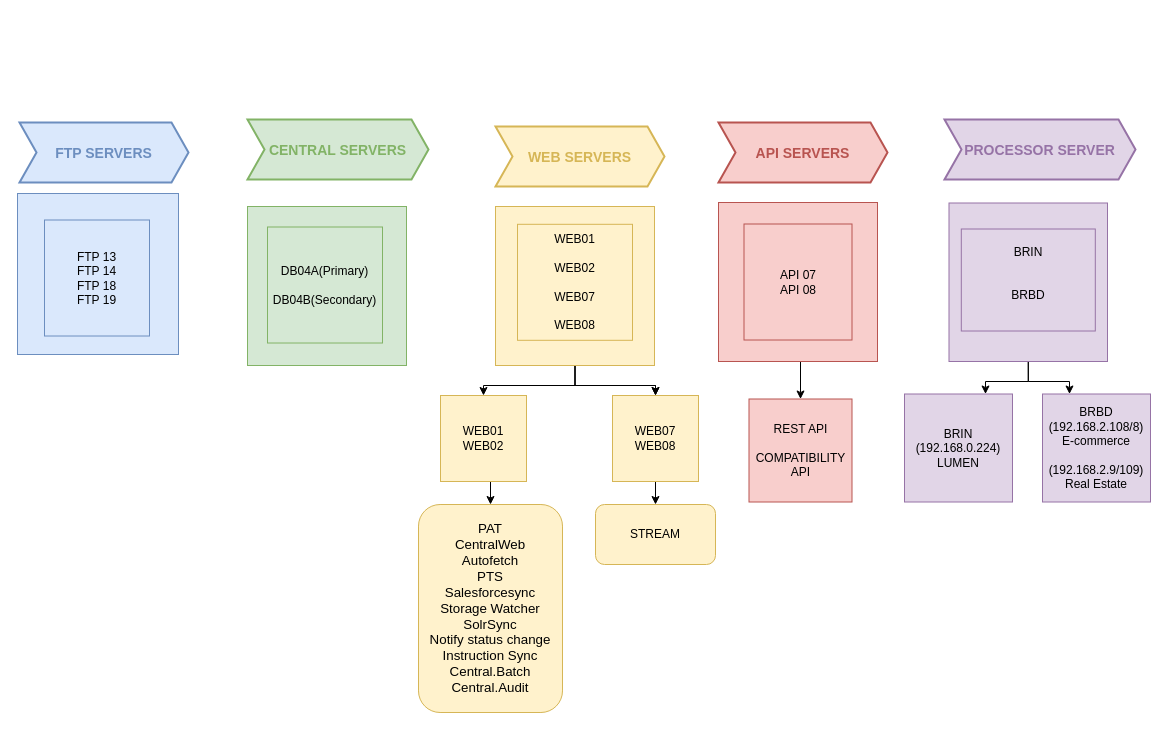
Before: Untitled Diagram.drawio in Sk1740/First-Repo, a draw.io diagram. Source tidied: cells renumbered, new cells numbered last; positions are measured from the earlier drawing's top-left corner, leaving out a move shared by most shapes. Both pictures are drawn from the tidied source at 100%, with x=0, y=0 at pixel (17, 119).
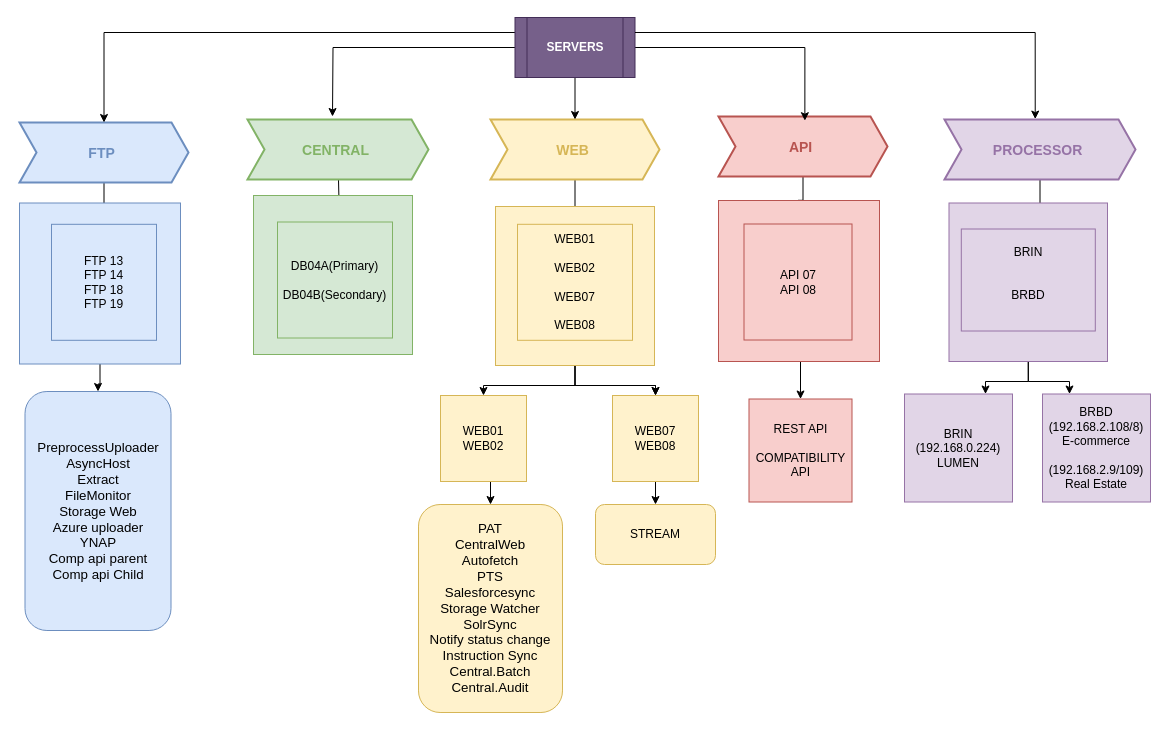
Above is the later version.

The change refers to these unchanged cells:
```xml
<mxCell id="14" value="WEB01&lt;br&gt;&lt;br&gt;WEB02&lt;br&gt;&lt;br&gt;WEB07&lt;br&gt;&lt;br&gt;WEB08" style="text;strokeColor=#d6b656;align=center;fillColor=#fff2cc;html=1;verticalAlign=middle;whiteSpace=wrap;rounded=0;" parent="1" vertex="1">
  <mxGeometry x="500" y="104.8" width="115" height="116" as="geometry" />
</mxCell>
<mxCell id="17" value="API 07&lt;br&gt;API 08" style="text;strokeColor=#b85450;align=center;fillColor=#f8cecc;html=1;verticalAlign=middle;whiteSpace=wrap;rounded=0;" parent="1" vertex="1">
  <mxGeometry x="726.5" y="104.5" width="108" height="116" as="geometry" />
</mxCell>
<mxCell id="22" value="BRIN&lt;br&gt;&lt;br&gt;&lt;br&gt;BRBD&lt;div&gt;&lt;br/&gt;&lt;/div&gt;" style="text;strokeColor=#9673a6;align=center;fillColor=#e1d5e7;html=1;verticalAlign=middle;whiteSpace=wrap;rounded=0;" parent="1" vertex="1">
  <mxGeometry x="943.8" y="109.5" width="134" height="102" as="geometry" />
</mxCell>
```

What changed in the source:
```diff
@@
+    <mxCell id="32" style="edgeStyle=orthogonalEdgeStyle;rounded=0;jettySize=auto;html=1;" parent="1" edge="1" source="2" target="7">
+      <mxGeometry relative="1" as="geometry" />
+    </mxCell>
-    <mxCell id="2" value="FTP SERVERS" style="shape=step;perimeter=stepPerimeter;strokeColor=#6C8EBF;fontFamily=Helvetica;fontSize=14;fontColor=#6C8EBF;fillColor=#dae8fc;fixedSize=1;size=17;fontStyle=1;strokeWidth=2;spacingTop=0;points=[];" parent="1" vertex="1">
+    <mxCell id="2" value="FTP " style="shape=step;perimeter=stepPerimeter;strokeColor=#6C8EBF;fontFamily=Helvetica;fontSize=14;fontColor=#6C8EBF;fillColor=#dae8fc;fixedSize=1;size=17;fontStyle=1;strokeWidth=2;spacingTop=0;points=[];" parent="1" vertex="1">
       <mxGeometry x="2" y="3" width="169" height="60" as="geometry" />
     </mxCell>
+    <mxCell id="33" style="edgeStyle=orthogonalEdgeStyle;rounded=0;jettySize=auto;html=1;" parent="1" edge="1" target="9">
+      <mxGeometry relative="1" as="geometry">
+        <mxPoint x="321" y="60" as="sourcePoint" />
+      </mxGeometry>
+    </mxCell>
-    <mxCell id="3" value="CENTRAL SERVERS" style="shape=step;perimeter=stepPerimeter;strokeColor=#82B366;fontFamily=Helvetica;fontSize=14;fontColor=#82B366;fillColor=#d5e8d4;fixedSize=1;size=17;fontStyle=1;strokeWidth=2;spacingTop=0;" parent="1" vertex="1">
+    <mxCell id="3" value="CENTRAL " style="shape=step;perimeter=stepPerimeter;strokeColor=#82B366;fontFamily=Helvetica;fontSize=14;fontColor=#82B366;fillColor=#d5e8d4;fixedSize=1;size=17;fontStyle=1;strokeWidth=2;spacingTop=0;" parent="1" vertex="1">
       <mxGeometry x="230" width="181" height="60" as="geometry" />
     </mxCell>
+    <mxCell id="34" style="edgeStyle=orthogonalEdgeStyle;rounded=0;jettySize=auto;html=1;" parent="1" edge="1" source="4" target="14">
+      <mxGeometry relative="1" as="geometry" />
+    </mxCell>
-    <mxCell id="4" value="WEB SERVERS" style="shape=step;perimeter=stepPerimeter;strokeColor=#D6B656;fontFamily=Helvetica;fontSize=14;fontColor=#D6B656;fillColor=#fff2cc;fixedSize=1;size=17;fontStyle=1;strokeWidth=2;spacingTop=0;points=[];" parent="1" vertex="1">
-      <mxGeometry x="478" y="7" width="169" height="60" as="geometry" />
+    <mxCell id="4" value="WEB " style="shape=step;perimeter=stepPerimeter;strokeColor=#D6B656;fontFamily=Helvetica;fontSize=14;fontColor=#D6B656;fillColor=#fff2cc;fixedSize=1;size=17;fontStyle=1;strokeWidth=2;spacingTop=0;points=[];" parent="1" vertex="1">
+      <mxGeometry x="473" width="169" height="60" as="geometry" />
     </mxCell>
+    <mxCell id="35" style="edgeStyle=orthogonalEdgeStyle;rounded=0;jettySize=auto;html=1;" parent="1" edge="1" source="5" target="17">
+      <mxGeometry relative="1" as="geometry" />
+    </mxCell>
-    <mxCell id="5" value="API SERVERS" style="shape=step;perimeter=stepPerimeter;strokeColor=#B85450;fontFamily=Helvetica;fontSize=14;fontColor=#B85450;fillColor=#f8cecc;fixedSize=1;size=17;fontStyle=1;strokeWidth=2;spacingTop=0;points=[];" parent="1" vertex="1">
-      <mxGeometry x="701" y="3" width="169" height="60" as="geometry" />
+    <mxCell id="5" value="API " style="shape=step;perimeter=stepPerimeter;strokeColor=#B85450;fontFamily=Helvetica;fontSize=14;fontColor=#B85450;fillColor=#f8cecc;fixedSize=1;size=17;fontStyle=1;strokeWidth=2;spacingTop=0;points=[];" parent="1" vertex="1">
+      <mxGeometry x="701" y="-3" width="169" height="60" as="geometry" />
     </mxCell>
+    <mxCell id="36" style="edgeStyle=orthogonalEdgeStyle;rounded=0;jettySize=auto;html=1;" parent="1" edge="1" source="6" target="38">
+      <mxGeometry relative="1" as="geometry" />
+    </mxCell>
     <mxCell id="6" style="whiteSpace=wrap;html=1;fillColor=#dae8fc;strokeColor=#6c8ebf;" parent="1" vertex="1">
-      <mxGeometry y="74" width="161" height="161" as="geometry" />
+      <mxGeometry x="2" y="83.5" width="161" height="161" as="geometry" />
     </mxCell>
     <mxCell id="7" value="FTP 13&lt;br&gt;FTP 14&lt;br&gt;FTP 18&lt;br&gt;FTP 19" style="text;strokeColor=#6c8ebf;align=center;fillColor=#dae8fc;html=1;verticalAlign=middle;whiteSpace=wrap;rounded=0;" parent="1" vertex="1">
-      <mxGeometry x="27" y="100.5" width="105" height="116" as="geometry" />
+      <mxGeometry x="34" y="104.8" width="105" height="116" as="geometry" />
     </mxCell>
     <mxCell id="8" style="whiteSpace=wrap;html=1;fillColor=#d5e8d4;strokeColor=#82b366;" parent="1" vertex="1">
-      <mxGeometry x="230" y="87" width="159" height="159" as="geometry" />
+      <mxGeometry x="236" y="76" width="159" height="159" as="geometry" />
     </mxCell>
     <mxCell id="9" value="DB04A(Primary)&lt;br&gt;&lt;br&gt;DB04B(Secondary)" style="text;strokeColor=#82b366;align=center;fillColor=#d5e8d4;html=1;verticalAlign=middle;whiteSpace=wrap;rounded=0;" parent="1" vertex="1">
-      <mxGeometry x="250" y="107.5" width="115" height="116" as="geometry" />
+      <mxGeometry x="260" y="102.5" width="115" height="116" as="geometry" />
     </mxCell>
@@
     <mxCell id="16" style="whiteSpace=wrap;html=1;fillColor=#f8cecc;strokeColor=#b85450;" parent="1" vertex="1">
-      <mxGeometry x="701" y="83" width="159" height="159" as="geometry" />
+      <mxGeometry x="701" y="81" width="161" height="161" as="geometry" />
     </mxCell>
@@
+    <mxCell id="37" style="edgeStyle=orthogonalEdgeStyle;rounded=0;jettySize=auto;html=1;" parent="1" edge="1" source="18" target="22">
+      <mxGeometry relative="1" as="geometry" />
+    </mxCell>
-    <mxCell id="18" value="PROCESSOR SERVER" style="shape=step;perimeter=stepPerimeter;strokeColor=#9673A6;fontFamily=Helvetica;fontSize=14;fillColor=#e1d5e7;fixedSize=1;size=17;fontStyle=1;strokeWidth=2;spacingTop=0;points=[];gradientColor=none;fontColor=light-dark(#9673a6, #ededed);" parent="1" vertex="1">
+    <mxCell id="18" value="PROCESSOR " style="shape=step;perimeter=stepPerimeter;strokeColor=#9673A6;fontFamily=Helvetica;fontSize=14;fillColor=#e1d5e7;fixedSize=1;size=17;fontStyle=1;strokeWidth=2;spacingTop=0;points=[];gradientColor=none;fontColor=light-dark(#9673a6, #ededed);" parent="1" vertex="1">
       <mxGeometry x="927" width="191" height="60" as="geometry" />
     </mxCell>
@@
+    <mxCell id="38" value="&lt;span style=&quot;font-size: 10pt; font-family: Arial;&quot;&gt;PreprocessUploader&lt;br&gt;AsyncHost&lt;br&gt;Extract&lt;br&gt;FileMonitor&lt;br&gt;Storage Web&lt;br&gt;Azure uploader&lt;br&gt;YNAP&lt;br&gt;Comp api parent&lt;br&gt;Comp api Child&lt;br&gt;&lt;/span&gt;" style="rounded=1;whiteSpace=wrap;html=1;fillColor=#dae8fc;strokeColor=#6c8ebf;" parent="1" vertex="1">
+      <mxGeometry x="7.5" y="272" width="146" height="239" as="geometry" />
+    </mxCell>
+    <mxCell id="39" style="edgeStyle=orthogonalEdgeStyle;rounded=0;jettySize=auto;html=1;" parent="1" edge="1" source="43" target="4">
+      <mxGeometry relative="1" as="geometry" />
+    </mxCell>
+    <mxCell id="40" style="edgeStyle=orthogonalEdgeStyle;rounded=0;jettySize=auto;html=1;entryX=0.511;entryY=0.07;entryDx=0;entryDy=0;entryPerimeter=0;exitX=1;exitY=0.5;exitDx=0;exitDy=0;" parent="1" edge="1" source="43" target="5">
+      <mxGeometry relative="1" as="geometry" />
+    </mxCell>
+    <mxCell id="41" style="edgeStyle=orthogonalEdgeStyle;rounded=0;jettySize=auto;html=1;" parent="1" edge="1" source="43">
+      <mxGeometry relative="1" as="geometry">
+        <mxPoint x="315" y="-3" as="targetPoint" />
+      </mxGeometry>
+    </mxCell>
+    <mxCell id="42" style="edgeStyle=orthogonalEdgeStyle;rounded=0;jettySize=auto;html=1;exitX=0;exitY=0.25;exitDx=0;exitDy=0;" parent="1" edge="1" source="43" target="2">
+      <mxGeometry relative="1" as="geometry" />
+    </mxCell>
+    <mxCell id="43" value="&lt;b&gt;SERVERS&lt;/b&gt;" style="shape=process;whiteSpace=wrap;html=1;backgroundOutline=1;fillColor=#76608a;strokeColor=#432D57;fontColor=#ffffff;" parent="1" vertex="1">
+      <mxGeometry x="497.5" y="-102" width="120" height="60" as="geometry" />
+    </mxCell>
+    <mxCell id="44" style="edgeStyle=orthogonalEdgeStyle;rounded=0;jettySize=auto;html=1;entryX=0.475;entryY=-0.007;entryDx=0;entryDy=0;entryPerimeter=0;exitX=1;exitY=0.25;exitDx=0;exitDy=0;" parent="1" edge="1" source="43" target="18">
+      <mxGeometry relative="1" as="geometry" />
+    </mxCell>
```
